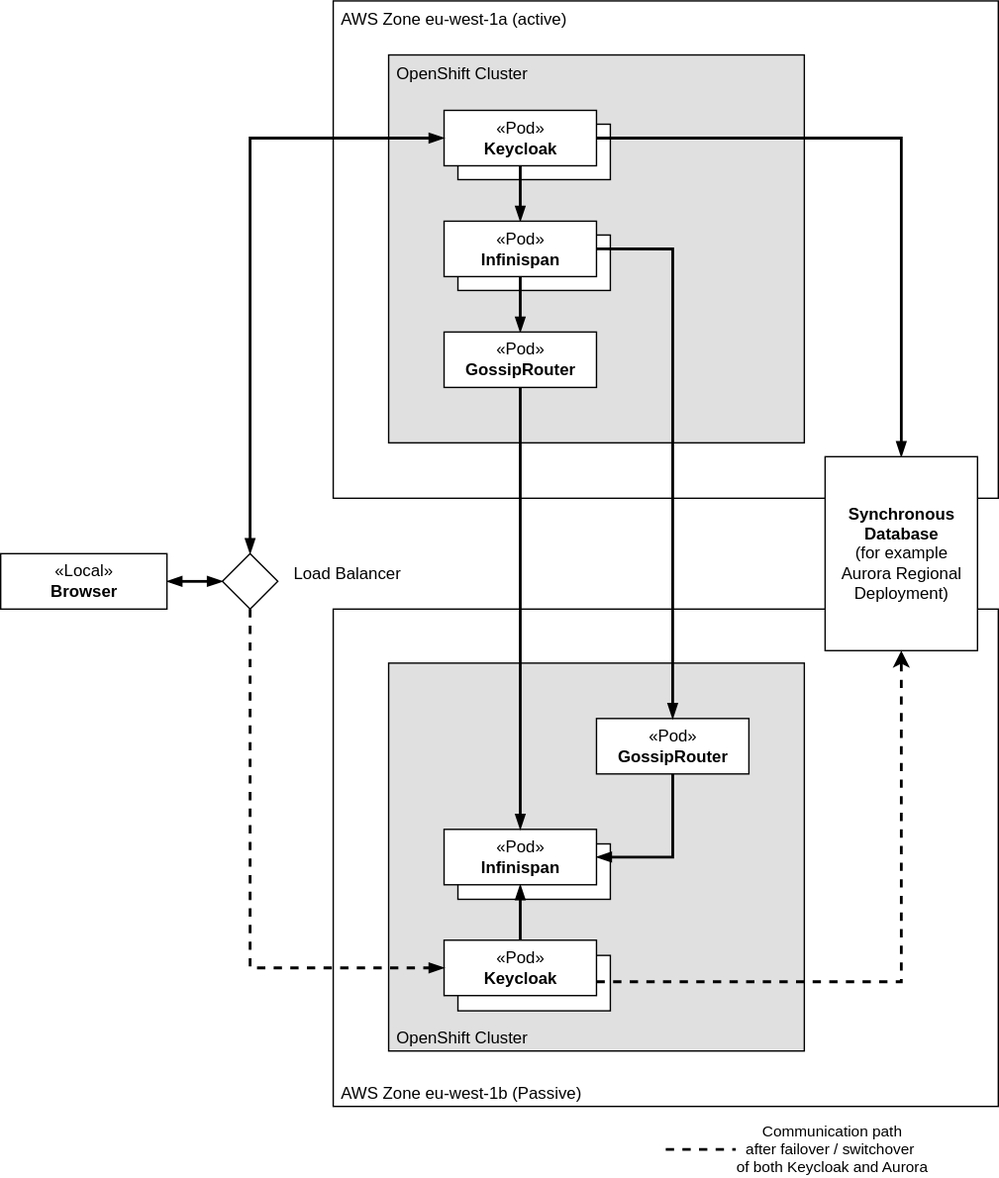
Before: doc/kubernetes/modules/ROOT/images/crossdc/infinispan-crossdc-az.dio.svg, a diagram exported from draw.io (keycloak/keycloak-benchmark). Source tidied: cells renumbered, new cells last; positions are measured from the earlier drawing's top-left corner, leaving out a move shared by most shapes. Its diagram source:
```xml
<mxGraphModel>
  <root>
    <mxCell id="0" />
    <mxCell id="1" parent="0" />
    <mxCell id="2" value="AWS Zone eu-west-1a (active)" style="rounded=0;whiteSpace=wrap;html=1;align=left;labelPosition=center;verticalLabelPosition=middle;verticalAlign=top;spacingLeft=4;shadow=0;" parent="1" vertex="1">
      <mxGeometry x="240" width="480" height="359" as="geometry" />
    </mxCell>
    <mxCell id="3" value="OpenShift Cluster" style="rounded=0;whiteSpace=wrap;html=1;shadow=0;fillColor=#E0E0E0;verticalAlign=top;align=left;spacingLeft=4;" parent="1" vertex="1">
      <mxGeometry x="280" y="39" width="300" height="280" as="geometry" />
    </mxCell>
    <mxCell id="4" style="rounded=0;whiteSpace=wrap;html=1;shadow=0;" parent="1" vertex="1">
      <mxGeometry x="330" y="89" width="110" height="40" as="geometry" />
    </mxCell>
    <mxCell id="5" style="edgeStyle=orthogonalEdgeStyle;rounded=0;jettySize=auto;html=1;startArrow=none;startFill=0;endArrow=blockThin;endFill=1;strokeWidth=2;" parent="1" edge="1" source="7" target="10">
      <mxGeometry relative="1" as="geometry" />
    </mxCell>
    <mxCell id="6" style="edgeStyle=orthogonalEdgeStyle;rounded=0;jettySize=auto;html=1;exitX=1;exitY=0.5;exitDx=0;exitDy=0;startArrow=none;startFill=0;endArrow=blockThin;endFill=1;strokeWidth=2;" parent="1" edge="1" source="7" target="30">
      <mxGeometry relative="1" as="geometry" />
    </mxCell>
    <mxCell id="7" value="«Pod»&lt;br&gt;&lt;b&gt;Keycloak&lt;/b&gt;" style="html=1;" parent="1" vertex="1">
      <mxGeometry x="320" y="79" width="110" height="40" as="geometry" />
    </mxCell>
    <mxCell id="8" style="rounded=0;whiteSpace=wrap;html=1;shadow=0;" parent="1" vertex="1">
      <mxGeometry x="330" y="169" width="110" height="40" as="geometry" />
    </mxCell>
    <mxCell id="9" style="edgeStyle=orthogonalEdgeStyle;rounded=0;jettySize=auto;html=1;startArrow=none;startFill=0;endArrow=blockThin;endFill=1;strokeWidth=2;" parent="1" edge="1" source="10" target="11">
      <mxGeometry relative="1" as="geometry" />
    </mxCell>
    <mxCell id="10" value="«Pod»&lt;br&gt;&lt;b&gt;Infinispan&lt;/b&gt;" style="html=1;shadow=0;" parent="1" vertex="1">
      <mxGeometry x="320" y="159" width="110" height="40" as="geometry" />
    </mxCell>
    <mxCell id="11" value="«Pod»&lt;br&gt;&lt;b&gt;GossipRouter&lt;/b&gt;" style="html=1;" parent="1" vertex="1">
      <mxGeometry x="320" y="239" width="110" height="40" as="geometry" />
    </mxCell>
    <mxCell id="12" style="edgeStyle=orthogonalEdgeStyle;rounded=0;jettySize=auto;html=1;startArrow=blockThin;startFill=1;endArrow=blockThin;endFill=1;entryX=0;entryY=0.5;entryDx=0;entryDy=0;strokeWidth=2;" parent="1" edge="1" target="7">
      <mxGeometry relative="1" as="geometry">
        <mxPoint x="180" y="399" as="sourcePoint" />
        <Array as="points">
          <mxPoint x="180" y="99" />
        </Array>
      </mxGeometry>
    </mxCell>
    <mxCell id="13" style="edgeStyle=orthogonalEdgeStyle;rounded=0;jettySize=auto;html=1;startArrow=blockThin;startFill=1;endArrow=blockThin;endFill=1;strokeWidth=2;" parent="1" edge="1" source="14">
      <mxGeometry relative="1" as="geometry">
        <mxPoint x="160" y="419" as="targetPoint" />
      </mxGeometry>
    </mxCell>
    <mxCell id="14" value="«Local»&lt;br&gt;&lt;b&gt;Browser&lt;/b&gt;" style="html=1;" parent="1" vertex="1">
      <mxGeometry y="399" width="120" height="40" as="geometry" />
    </mxCell>
    <mxCell id="15" value="AWS Zone eu-west-1b (Passive)" style="rounded=0;whiteSpace=wrap;html=1;align=left;labelPosition=center;verticalLabelPosition=middle;verticalAlign=bottom;spacingLeft=4;shadow=0;" parent="1" vertex="1">
      <mxGeometry x="240" y="439" width="480" height="359" as="geometry" />
    </mxCell>
    <mxCell id="16" value="OpenShift Cluster" style="rounded=0;whiteSpace=wrap;html=1;shadow=0;fillColor=#E0E0E0;verticalAlign=bottom;align=left;spacingLeft=4;" parent="1" vertex="1">
      <mxGeometry x="280" y="478" width="300" height="280" as="geometry" />
    </mxCell>
    <mxCell id="17" style="rounded=0;whiteSpace=wrap;html=1;shadow=0;" parent="1" vertex="1">
      <mxGeometry x="330" y="608.5" width="110" height="40" as="geometry" />
    </mxCell>
    <mxCell id="18" style="edgeStyle=orthogonalEdgeStyle;rounded=0;jettySize=auto;html=1;startArrow=none;startFill=0;endArrow=blockThin;endFill=1;entryX=1;entryY=0.5;entryDx=0;entryDy=0;strokeWidth=2;" parent="1" edge="1" source="19" target="22">
      <mxGeometry relative="1" as="geometry" />
    </mxCell>
    <mxCell id="19" value="«Pod»&lt;br&gt;&lt;b&gt;GossipRouter&lt;/b&gt;" style="html=1;" parent="1" vertex="1">
      <mxGeometry x="430" y="518" width="110" height="40" as="geometry" />
    </mxCell>
    <mxCell id="20" style="rounded=0;whiteSpace=wrap;html=1;shadow=0;" parent="1" vertex="1">
      <mxGeometry x="330" y="689" width="110" height="40" as="geometry" />
    </mxCell>
    <mxCell id="21" style="edgeStyle=orthogonalEdgeStyle;rounded=0;jettySize=auto;html=1;startArrow=blockThin;startFill=1;strokeWidth=2;endArrow=none;endFill=0;" parent="1" edge="1" source="22" target="23">
      <mxGeometry relative="1" as="geometry" />
    </mxCell>
    <mxCell id="22" value="«Pod»&lt;br&gt;&lt;b&gt;Infinispan&lt;/b&gt;" style="html=1;shadow=0;" parent="1" vertex="1">
      <mxGeometry x="320" y="598" width="110" height="40" as="geometry" />
    </mxCell>
    <mxCell id="23" value="«Pod»&lt;br&gt;&lt;b&gt;Keycloak&lt;/b&gt;" style="html=1;" parent="1" vertex="1">
      <mxGeometry x="320" y="678" width="110" height="40" as="geometry" />
    </mxCell>
    <mxCell id="24" style="edgeStyle=orthogonalEdgeStyle;rounded=0;jettySize=auto;html=1;startArrow=none;startFill=0;endArrow=blockThin;endFill=1;entryX=0;entryY=0.5;entryDx=0;entryDy=0;dashed=1;strokeWidth=2;" parent="1" edge="1" target="23">
      <mxGeometry relative="1" as="geometry">
        <mxPoint x="180" y="439" as="sourcePoint" />
        <Array as="points">
          <mxPoint x="180" y="698" />
        </Array>
      </mxGeometry>
    </mxCell>
    <mxCell id="25" style="endArrow=none;startArrow=blockThin;html=1;rounded=0;exitX=0.5;exitY=0;exitDx=0;exitDy=0;entryX=0.5;entryY=1;entryDx=0;entryDy=0;startFill=1;endFill=0;strokeWidth=2;" parent="1" edge="1" source="22" target="11">
      <mxGeometry relative="1" as="geometry" />
    </mxCell>
    <mxCell id="26" style="endArrow=blockThin;startArrow=none;html=1;rounded=0;exitX=1;exitY=0.5;exitDx=0;exitDy=0;entryX=0.5;entryY=0;entryDx=0;entryDy=0;edgeStyle=orthogonalEdgeStyle;endFill=1;startFill=0;strokeWidth=2;" parent="1" edge="1" source="10" target="19">
      <mxGeometry relative="1" as="geometry" />
    </mxCell>
    <mxCell id="27" style="edgeStyle=orthogonalEdgeStyle;rounded=0;jettySize=auto;html=1;entryX=0.5;entryY=1;entryDx=0;entryDy=0;startArrow=none;startFill=0;endArrow=classic;endFill=1;exitX=1;exitY=0.75;exitDx=0;exitDy=0;strokeWidth=2;dashed=1;" parent="1" edge="1" source="23" target="30">
      <mxGeometry relative="1" as="geometry" />
    </mxCell>
    <mxCell id="28" value="Load Balancer&lt;br&gt;" style="text;html=1;align=center;verticalAlign=middle;strokeColor=none;fillColor=none;" parent="1" vertex="1">
      <mxGeometry x="200" y="399" width="100" height="30" as="geometry" />
    </mxCell>
    <mxCell id="29" value="Communication path&lt;br&gt;after failover / switchover&amp;nbsp;&lt;br&gt;of both Keycloak and Aurora" style="edgeStyle=orthogonalEdgeStyle;rounded=0;orthogonalLoop=1;jettySize=auto;html=1;startArrow=none;startFill=0;endArrow=none;endFill=0;exitX=1;exitY=0.5;exitDx=0;exitDy=0;strokeWidth=2;dashed=1;" parent="1" edge="1">
      <mxGeometry x="0.95" y="40" relative="1" as="geometry">
        <mxPoint x="480" y="829" as="sourcePoint" />
        <mxPoint x="560" y="831" as="targetPoint" />
        <Array as="points">
          <mxPoint x="560" y="829" />
        </Array>
      </mxGeometry>
    </mxCell>
    <mxCell id="30" value="&lt;b&gt;Synchronous &lt;/b&gt;&lt;br&gt;&lt;b&gt;Database&lt;/b&gt;&lt;br&gt;(for example &lt;br&gt;Aurora Regional&lt;br&gt;&amp;nbsp;Deployment)&lt;b&gt;&amp;nbsp;&lt;/b&gt;" style="html=1;shadow=0;" parent="1" vertex="1">
      <mxGeometry x="595" y="329" width="110" height="140" as="geometry" />
    </mxCell>
    <mxCell id="31" style="rhombus;whiteSpace=wrap;html=1;" parent="1" vertex="1">
      <mxGeometry x="160" y="399" width="40" height="40" as="geometry" />
    </mxCell>
  </root>
</mxGraphModel>
```
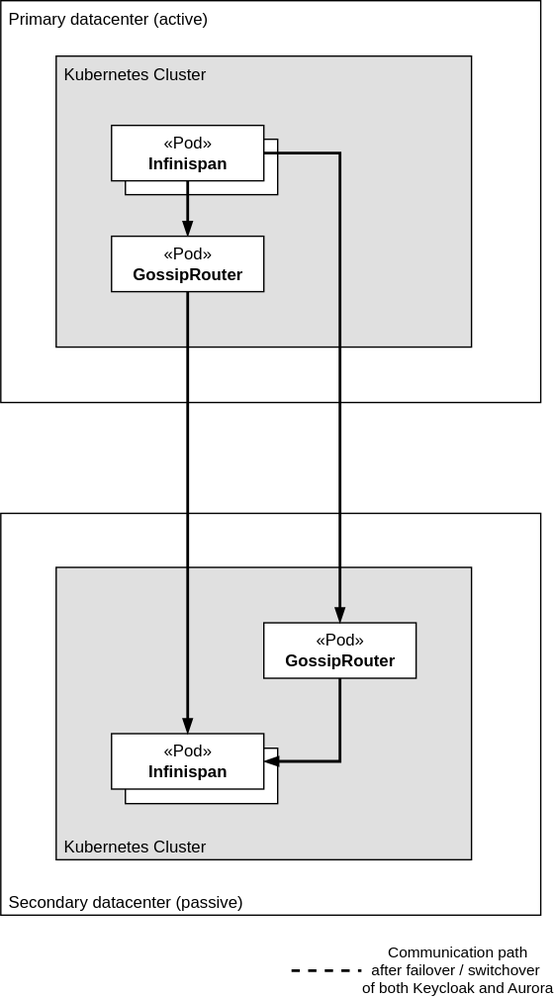
Above is the later version.

Diff of the diagram source:
```diff
@@ -2,24 +2,12 @@
   <root>
     <mxCell id="0" />
     <mxCell id="1" parent="0" />
-    <mxCell id="2" value="AWS Zone eu-west-1a (active)" style="rounded=0;whiteSpace=wrap;html=1;align=left;labelPosition=center;verticalLabelPosition=middle;verticalAlign=top;spacingLeft=4;shadow=0;" parent="1" vertex="1">
-      <mxGeometry x="240" width="480" height="359" as="geometry" />
+    <mxCell id="2" value="Primary datacenter (active)" style="rounded=0;whiteSpace=wrap;html=1;align=left;labelPosition=center;verticalLabelPosition=middle;verticalAlign=top;spacingLeft=4;shadow=0;" parent="1" vertex="1">
+      <mxGeometry x="240" y="69" width="390" height="290" as="geometry" />
     </mxCell>
-    <mxCell id="3" value="OpenShift Cluster" style="rounded=0;whiteSpace=wrap;html=1;shadow=0;fillColor=#E0E0E0;verticalAlign=top;align=left;spacingLeft=4;" parent="1" vertex="1">
-      <mxGeometry x="280" y="39" width="300" height="280" as="geometry" />
+    <mxCell id="3" value="Kubernetes Cluster" style="rounded=0;whiteSpace=wrap;html=1;shadow=0;fillColor=#E0E0E0;verticalAlign=top;align=left;spacingLeft=4;" parent="1" vertex="1">
+      <mxGeometry x="280" y="109" width="300" height="210" as="geometry" />
     </mxCell>
-    <mxCell id="4" style="rounded=0;whiteSpace=wrap;html=1;shadow=0;" parent="1" vertex="1">
-      <mxGeometry x="330" y="89" width="110" height="40" as="geometry" />
-    </mxCell>
-    <mxCell id="5" style="edgeStyle=orthogonalEdgeStyle;rounded=0;jettySize=auto;html=1;startArrow=none;startFill=0;endArrow=blockThin;endFill=1;strokeWidth=2;" parent="1" edge="1" source="7" target="10">
-      <mxGeometry relative="1" as="geometry" />
-    </mxCell>
-    <mxCell id="6" style="edgeStyle=orthogonalEdgeStyle;rounded=0;jettySize=auto;html=1;exitX=1;exitY=0.5;exitDx=0;exitDy=0;startArrow=none;startFill=0;endArrow=blockThin;endFill=1;strokeWidth=2;" parent="1" edge="1" source="7" target="30">
-      <mxGeometry relative="1" as="geometry" />
-    </mxCell>
-    <mxCell id="7" value="«Pod»&lt;br&gt;&lt;b&gt;Keycloak&lt;/b&gt;" style="html=1;" parent="1" vertex="1">
-      <mxGeometry x="320" y="79" width="110" height="40" as="geometry" />
-    </mxCell>
     <mxCell id="8" style="rounded=0;whiteSpace=wrap;html=1;shadow=0;" parent="1" vertex="1">
       <mxGeometry x="330" y="169" width="110" height="40" as="geometry" />
     </mxCell>
@@ -32,27 +20,11 @@
     <mxCell id="11" value="«Pod»&lt;br&gt;&lt;b&gt;GossipRouter&lt;/b&gt;" style="html=1;" parent="1" vertex="1">
       <mxGeometry x="320" y="239" width="110" height="40" as="geometry" />
     </mxCell>
-    <mxCell id="12" style="edgeStyle=orthogonalEdgeStyle;rounded=0;jettySize=auto;html=1;startArrow=blockThin;startFill=1;endArrow=blockThin;endFill=1;entryX=0;entryY=0.5;entryDx=0;entryDy=0;strokeWidth=2;" parent="1" edge="1" target="7">
-      <mxGeometry relative="1" as="geometry">
-        <mxPoint x="180" y="399" as="sourcePoint" />
-        <Array as="points">
-          <mxPoint x="180" y="99" />
-        </Array>
-      </mxGeometry>
-    </mxCell>
-    <mxCell id="13" style="edgeStyle=orthogonalEdgeStyle;rounded=0;jettySize=auto;html=1;startArrow=blockThin;startFill=1;endArrow=blockThin;endFill=1;strokeWidth=2;" parent="1" edge="1" source="14">
-      <mxGeometry relative="1" as="geometry">
-        <mxPoint x="160" y="419" as="targetPoint" />
-      </mxGeometry>
-    </mxCell>
-    <mxCell id="14" value="«Local»&lt;br&gt;&lt;b&gt;Browser&lt;/b&gt;" style="html=1;" parent="1" vertex="1">
-      <mxGeometry y="399" width="120" height="40" as="geometry" />
-    </mxCell>
-    <mxCell id="15" value="AWS Zone eu-west-1b (Passive)" style="rounded=0;whiteSpace=wrap;html=1;align=left;labelPosition=center;verticalLabelPosition=middle;verticalAlign=bottom;spacingLeft=4;shadow=0;" parent="1" vertex="1">
-      <mxGeometry x="240" y="439" width="480" height="359" as="geometry" />
+    <mxCell id="15" value="Secondary datacenter (passive)" style="rounded=0;whiteSpace=wrap;html=1;align=left;labelPosition=center;verticalLabelPosition=middle;verticalAlign=bottom;spacingLeft=4;shadow=0;" parent="1" vertex="1">
+      <mxGeometry x="240" y="439" width="390" height="290" as="geometry" />
     </mxCell>
-    <mxCell id="16" value="OpenShift Cluster" style="rounded=0;whiteSpace=wrap;html=1;shadow=0;fillColor=#E0E0E0;verticalAlign=bottom;align=left;spacingLeft=4;" parent="1" vertex="1">
-      <mxGeometry x="280" y="478" width="300" height="280" as="geometry" />
+    <mxCell id="16" value="Kubernetes Cluster" style="rounded=0;whiteSpace=wrap;html=1;shadow=0;fillColor=#E0E0E0;verticalAlign=bottom;align=left;spacingLeft=4;" parent="1" vertex="1">
+      <mxGeometry x="280" y="478" width="300" height="211" as="geometry" />
     </mxCell>
     <mxCell id="17" style="rounded=0;whiteSpace=wrap;html=1;shadow=0;" parent="1" vertex="1">
       <mxGeometry x="330" y="608.5" width="110" height="40" as="geometry" />
@@ -63,52 +35,23 @@
     <mxCell id="19" value="«Pod»&lt;br&gt;&lt;b&gt;GossipRouter&lt;/b&gt;" style="html=1;" parent="1" vertex="1">
       <mxGeometry x="430" y="518" width="110" height="40" as="geometry" />
     </mxCell>
-    <mxCell id="20" style="rounded=0;whiteSpace=wrap;html=1;shadow=0;" parent="1" vertex="1">
-      <mxGeometry x="330" y="689" width="110" height="40" as="geometry" />
-    </mxCell>
-    <mxCell id="21" style="edgeStyle=orthogonalEdgeStyle;rounded=0;jettySize=auto;html=1;startArrow=blockThin;startFill=1;strokeWidth=2;endArrow=none;endFill=0;" parent="1" edge="1" source="22" target="23">
-      <mxGeometry relative="1" as="geometry" />
-    </mxCell>
     <mxCell id="22" value="«Pod»&lt;br&gt;&lt;b&gt;Infinispan&lt;/b&gt;" style="html=1;shadow=0;" parent="1" vertex="1">
       <mxGeometry x="320" y="598" width="110" height="40" as="geometry" />
     </mxCell>
-    <mxCell id="23" value="«Pod»&lt;br&gt;&lt;b&gt;Keycloak&lt;/b&gt;" style="html=1;" parent="1" vertex="1">
-      <mxGeometry x="320" y="678" width="110" height="40" as="geometry" />
-    </mxCell>
-    <mxCell id="24" style="edgeStyle=orthogonalEdgeStyle;rounded=0;jettySize=auto;html=1;startArrow=none;startFill=0;endArrow=blockThin;endFill=1;entryX=0;entryY=0.5;entryDx=0;entryDy=0;dashed=1;strokeWidth=2;" parent="1" edge="1" target="23">
-      <mxGeometry relative="1" as="geometry">
-        <mxPoint x="180" y="439" as="sourcePoint" />
-        <Array as="points">
-          <mxPoint x="180" y="698" />
-        </Array>
-      </mxGeometry>
-    </mxCell>
     <mxCell id="25" style="endArrow=none;startArrow=blockThin;html=1;rounded=0;exitX=0.5;exitY=0;exitDx=0;exitDy=0;entryX=0.5;entryY=1;entryDx=0;entryDy=0;startFill=1;endFill=0;strokeWidth=2;" parent="1" edge="1" source="22" target="11">
       <mxGeometry relative="1" as="geometry" />
     </mxCell>
     <mxCell id="26" style="endArrow=blockThin;startArrow=none;html=1;rounded=0;exitX=1;exitY=0.5;exitDx=0;exitDy=0;entryX=0.5;entryY=0;entryDx=0;entryDy=0;edgeStyle=orthogonalEdgeStyle;endFill=1;startFill=0;strokeWidth=2;" parent="1" edge="1" source="10" target="19">
       <mxGeometry relative="1" as="geometry" />
     </mxCell>
-    <mxCell id="27" style="edgeStyle=orthogonalEdgeStyle;rounded=0;jettySize=auto;html=1;entryX=0.5;entryY=1;entryDx=0;entryDy=0;startArrow=none;startFill=0;endArrow=classic;endFill=1;exitX=1;exitY=0.75;exitDx=0;exitDy=0;strokeWidth=2;dashed=1;" parent="1" edge="1" source="23" target="30">
-      <mxGeometry relative="1" as="geometry" />
-    </mxCell>
-    <mxCell id="28" value="Load Balancer&lt;br&gt;" style="text;html=1;align=center;verticalAlign=middle;strokeColor=none;fillColor=none;" parent="1" vertex="1">
-      <mxGeometry x="200" y="399" width="100" height="30" as="geometry" />
-    </mxCell>
     <mxCell id="29" value="Communication path&lt;br&gt;after failover / switchover&amp;nbsp;&lt;br&gt;of both Keycloak and Aurora" style="edgeStyle=orthogonalEdgeStyle;rounded=0;orthogonalLoop=1;jettySize=auto;html=1;startArrow=none;startFill=0;endArrow=none;endFill=0;exitX=1;exitY=0.5;exitDx=0;exitDy=0;strokeWidth=2;dashed=1;" parent="1" edge="1">
       <mxGeometry x="0.95" y="40" relative="1" as="geometry">
-        <mxPoint x="480" y="829" as="sourcePoint" />
-        <mxPoint x="560" y="831" as="targetPoint" />
+        <mxPoint x="450" y="769" as="sourcePoint" />
+        <mxPoint x="530" y="771" as="targetPoint" />
         <Array as="points">
-          <mxPoint x="560" y="829" />
+          <mxPoint x="530" y="769" />
         </Array>
       </mxGeometry>
     </mxCell>
-    <mxCell id="30" value="&lt;b&gt;Synchronous &lt;/b&gt;&lt;br&gt;&lt;b&gt;Database&lt;/b&gt;&lt;br&gt;(for example &lt;br&gt;Aurora Regional&lt;br&gt;&amp;nbsp;Deployment)&lt;b&gt;&amp;nbsp;&lt;/b&gt;" style="html=1;shadow=0;" parent="1" vertex="1">
-      <mxGeometry x="595" y="329" width="110" height="140" as="geometry" />
-    </mxCell>
-    <mxCell id="31" style="rhombus;whiteSpace=wrap;html=1;" parent="1" vertex="1">
-      <mxGeometry x="160" y="399" width="40" height="40" as="geometry" />
-    </mxCell>
   </root>
 </mxGraphModel>
```
